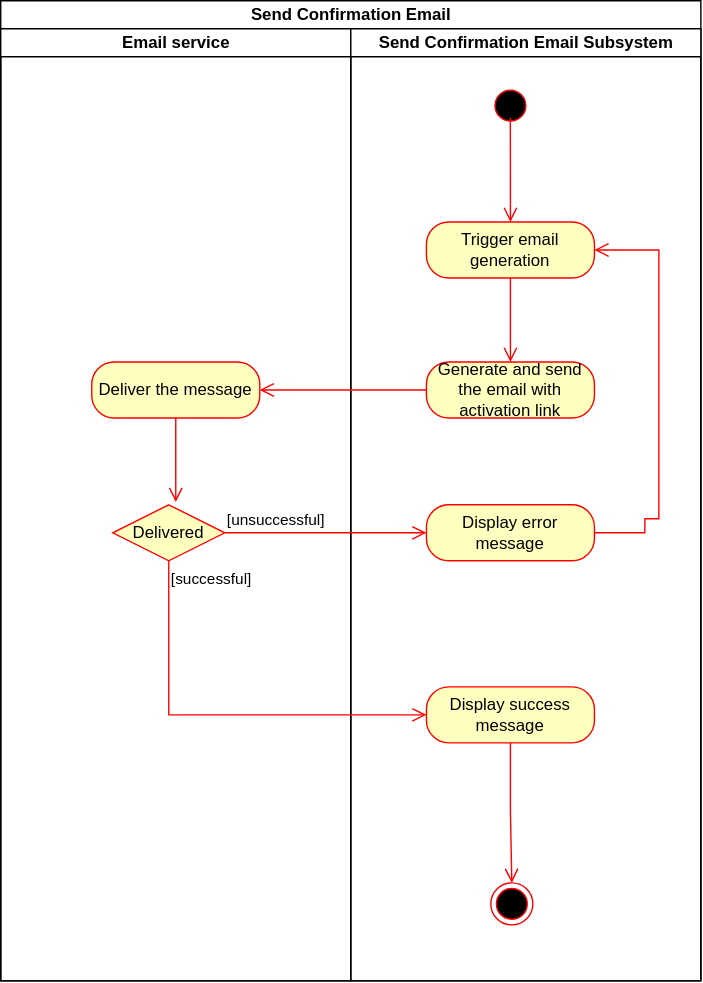
Simamkele88/IFM3_GP keeps this draw.io diagram as Send Confirmation Email Activity Diagram.svg. Above is the earlier version. Source tidied: cells renumbered, new cells last; positions are measured from the earlier drawing's top-left corner, leaving out a move shared by most shapes.
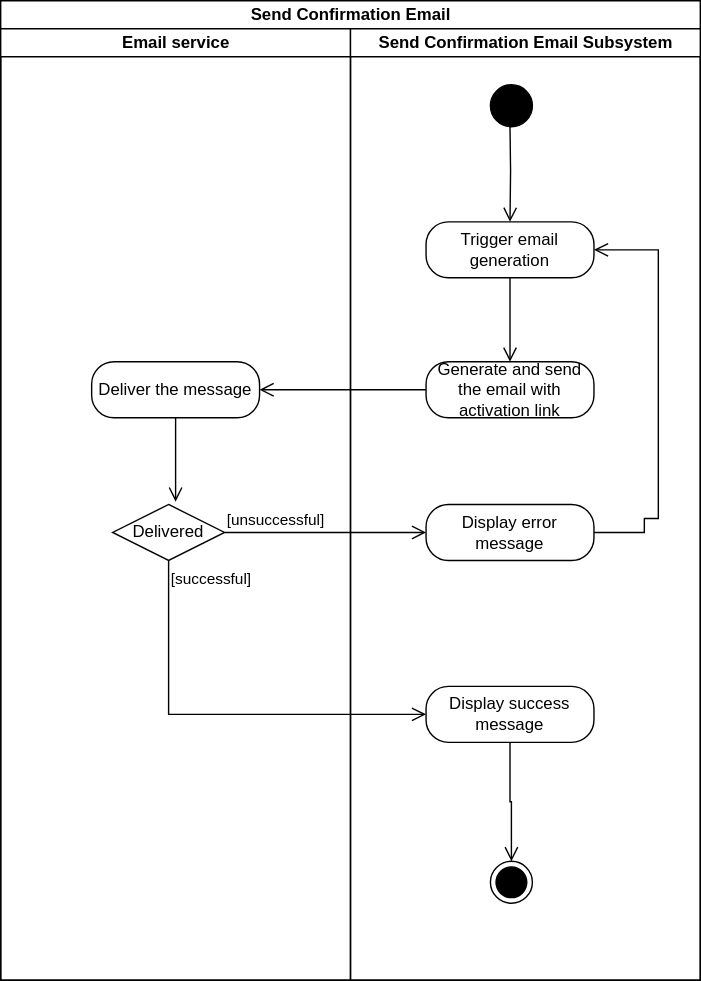
The same diagram one commit later.

The edit, as a diff of the source:
```diff
@@ -5,42 +5,41 @@
     <mxCell id="2" value="&lt;span style=&quot;font-family: Helvetica;&quot;&gt;Send Confirmation Email&lt;/span&gt;" style="swimlane;html=1;startSize=20;rounded=0;shadow=0;comic=0;labelBackgroundColor=none;strokeWidth=1;fontFamily=Verdana;fontSize=12;align=center;" parent="1" vertex="1">
       <mxGeometry width="500" height="700" as="geometry" />
     </mxCell>
-    <mxCell id="3" value="Email service" style="swimlane;html=1;startSize=20;" parent="2" vertex="1">
+    <mxCell id="3" value="Email service" style="swimlane;html=1;startSize=20;labelBackgroundColor=none;" parent="2" vertex="1">
       <mxGeometry y="20" width="250" height="680" as="geometry" />
     </mxCell>
-    <mxCell id="4" value="Deliver the message" style="rounded=1;whiteSpace=wrap;html=1;arcSize=40;fontColor=#000000;fillColor=#ffffc0;strokeColor=#ff0000;" parent="3" vertex="1">
+    <mxCell id="4" value="Deliver the message" style="rounded=1;whiteSpace=wrap;html=1;arcSize=40;labelBackgroundColor=none;" parent="3" vertex="1">
       <mxGeometry x="65" y="238" width="120" height="40" as="geometry" />
     </mxCell>
-    <mxCell id="5" style="edgeStyle=orthogonalEdgeStyle;html=1;verticalAlign=bottom;endArrow=open;endSize=8;strokeColor=#ff0000;rounded=0;" parent="3" edge="1" source="4">
+    <mxCell id="5" style="edgeStyle=orthogonalEdgeStyle;html=1;verticalAlign=bottom;endArrow=open;endSize=8;rounded=0;labelBackgroundColor=none;fontColor=default;" parent="3" edge="1" source="4">
       <mxGeometry relative="1" as="geometry">
         <mxPoint x="125" y="338" as="targetPoint" />
       </mxGeometry>
     </mxCell>
-    <mxCell id="6" value="Delivered" style="rhombus;whiteSpace=wrap;html=1;fontColor=#000000;fillColor=#ffffc0;strokeColor=#ff0000;" parent="3" vertex="1">
+    <mxCell id="6" value="Delivered" style="rhombus;whiteSpace=wrap;html=1;labelBackgroundColor=none;" parent="3" vertex="1">
       <mxGeometry x="80" y="340" width="80" height="40" as="geometry" />
     </mxCell>
-    <mxCell id="7" value="Send Confirmation Email Subsystem" style="swimlane;html=1;startSize=20;" parent="2" vertex="1">
+    <mxCell id="7" value="Send Confirmation Email Subsystem" style="swimlane;html=1;startSize=20;labelBackgroundColor=none;" parent="2" vertex="1">
       <mxGeometry x="250" y="20" width="250" height="680" as="geometry" />
     </mxCell>
-    <mxCell id="8" style="ellipse;html=1;shape=startState;fillColor=#000000;strokeColor=#ff0000;" parent="7" vertex="1">
-      <mxGeometry x="99" y="40" width="30" height="30" as="geometry" />
-    </mxCell>
-    <mxCell id="9" style="edgeStyle=orthogonalEdgeStyle;html=1;verticalAlign=bottom;endArrow=open;endSize=8;strokeColor=#ff0000;rounded=0;entryX=0.5;entryY=0;entryDx=0;entryDy=0;exitX=0.497;exitY=0.787;exitDx=0;exitDy=0;exitPerimeter=0;" parent="7" edge="1" source="8" target="10">
-      <mxGeometry relative="1" as="geometry" />
+    <mxCell id="9" style="edgeStyle=orthogonalEdgeStyle;html=1;verticalAlign=bottom;endArrow=open;endSize=8;rounded=0;entryX=0.5;entryY=0;entryDx=0;entryDy=0;exitX=0.497;exitY=0.787;exitDx=0;exitDy=0;exitPerimeter=0;labelBackgroundColor=none;fontColor=default;" parent="7" edge="1" target="10">
+      <mxGeometry relative="1" as="geometry">
+        <mxPoint x="113.9" y="63.6" as="sourcePoint" />
+      </mxGeometry>
     </mxCell>
-    <mxCell id="10" value="Trigger email generation" style="rounded=1;whiteSpace=wrap;html=1;arcSize=40;fontColor=#000000;fillColor=#ffffc0;strokeColor=#ff0000;" parent="7" vertex="1">
+    <mxCell id="10" value="Trigger email generation" style="rounded=1;whiteSpace=wrap;html=1;arcSize=40;labelBackgroundColor=none;" parent="7" vertex="1">
       <mxGeometry x="54" y="138" width="120" height="40" as="geometry" />
     </mxCell>
-    <mxCell id="11" style="edgeStyle=orthogonalEdgeStyle;html=1;verticalAlign=bottom;endArrow=open;endSize=8;strokeColor=#ff0000;rounded=0;" parent="7" edge="1" source="10" target="12">
+    <mxCell id="11" style="edgeStyle=orthogonalEdgeStyle;html=1;verticalAlign=bottom;endArrow=open;endSize=8;rounded=0;labelBackgroundColor=none;fontColor=default;" parent="7" edge="1" source="10" target="12">
       <mxGeometry relative="1" as="geometry" />
     </mxCell>
-    <mxCell id="12" value="Generate and send the email with activation link" style="rounded=1;whiteSpace=wrap;html=1;arcSize=40;fontColor=#000000;fillColor=#ffffc0;strokeColor=#ff0000;" parent="7" vertex="1">
+    <mxCell id="12" value="Generate and send the email with activation link" style="rounded=1;whiteSpace=wrap;html=1;arcSize=40;labelBackgroundColor=none;" parent="7" vertex="1">
       <mxGeometry x="54" y="238" width="120" height="40" as="geometry" />
     </mxCell>
-    <mxCell id="13" value="Display error message" style="rounded=1;whiteSpace=wrap;html=1;arcSize=40;fontColor=#000000;fillColor=#ffffc0;strokeColor=#ff0000;" parent="7" vertex="1">
+    <mxCell id="13" value="Display error message" style="rounded=1;whiteSpace=wrap;html=1;arcSize=40;labelBackgroundColor=none;" parent="7" vertex="1">
       <mxGeometry x="54" y="340" width="120" height="40" as="geometry" />
     </mxCell>
-    <mxCell id="14" style="edgeStyle=orthogonalEdgeStyle;html=1;verticalAlign=bottom;endArrow=open;endSize=8;strokeColor=#ff0000;rounded=0;entryX=1;entryY=0.5;entryDx=0;entryDy=0;" parent="7" edge="1" source="13" target="10">
+    <mxCell id="14" style="edgeStyle=orthogonalEdgeStyle;html=1;verticalAlign=bottom;endArrow=open;endSize=8;rounded=0;entryX=1;entryY=0.5;entryDx=0;entryDy=0;labelBackgroundColor=none;fontColor=default;" parent="7" edge="1" source="13" target="10">
       <mxGeometry relative="1" as="geometry">
         <Array as="points">
           <mxPoint x="210" y="360" />
@@ -50,26 +49,29 @@
         </Array>
       </mxGeometry>
     </mxCell>
-    <mxCell id="15" value="Display success message" style="rounded=1;whiteSpace=wrap;html=1;arcSize=40;fontColor=#000000;fillColor=#ffffc0;strokeColor=#ff0000;" parent="7" vertex="1">
+    <mxCell id="15" value="Display success message" style="rounded=1;whiteSpace=wrap;html=1;arcSize=40;labelBackgroundColor=none;" parent="7" vertex="1">
       <mxGeometry x="54" y="470" width="120" height="40" as="geometry" />
     </mxCell>
-    <mxCell id="16" style="edgeStyle=orthogonalEdgeStyle;html=1;verticalAlign=bottom;endArrow=open;endSize=8;strokeColor=#ff0000;rounded=0;entryX=0.5;entryY=0;entryDx=0;entryDy=0;" parent="7" edge="1" source="15" target="17">
+    <mxCell id="16" style="edgeStyle=orthogonalEdgeStyle;html=1;verticalAlign=bottom;endArrow=open;endSize=8;rounded=0;entryX=0.5;entryY=0;entryDx=0;entryDy=0;labelBackgroundColor=none;fontColor=default;" parent="7" edge="1" source="15" target="22">
       <mxGeometry relative="1" as="geometry" />
     </mxCell>
-    <mxCell id="17" style="ellipse;html=1;shape=endState;fillColor=#000000;strokeColor=#ff0000;" parent="7" vertex="1">
-      <mxGeometry x="100" y="610" width="30" height="30" as="geometry" />
-    </mxCell>
+    <mxCell id="21" style="ellipse;fillColor=strokeColor;html=1;" parent="7" vertex="1">
+      <mxGeometry x="100" y="40" width="30" height="30" as="geometry" />
+    </mxCell>
+    <mxCell id="22" style="ellipse;html=1;shape=endState;fillColor=strokeColor;" parent="7" vertex="1">
+      <mxGeometry x="100" y="595" width="30" height="30" as="geometry" />
+    </mxCell>
-    <mxCell id="18" value="[successful]" style="edgeStyle=orthogonalEdgeStyle;html=1;align=left;verticalAlign=top;endArrow=open;endSize=8;strokeColor=#ff0000;rounded=0;entryX=0;entryY=0.5;entryDx=0;entryDy=0;" parent="2" edge="1" source="6" target="15">
+    <mxCell id="18" value="[successful]" style="edgeStyle=orthogonalEdgeStyle;html=1;align=left;verticalAlign=top;endArrow=open;endSize=8;rounded=0;entryX=0;entryY=0.5;entryDx=0;entryDy=0;labelBackgroundColor=none;fontColor=default;" parent="2" edge="1" source="6" target="15">
       <mxGeometry x="-1" relative="1" as="geometry">
         <Array as="points">
           <mxPoint x="120" y="510" />
         </Array>
       </mxGeometry>
     </mxCell>
-    <mxCell id="19" value="[unsuccessful]" style="edgeStyle=orthogonalEdgeStyle;html=1;align=left;verticalAlign=bottom;endArrow=open;endSize=8;strokeColor=#ff0000;rounded=0;entryX=0;entryY=0.5;entryDx=0;entryDy=0;" parent="2" edge="1" source="6" target="13">
+    <mxCell id="19" value="[unsuccessful]" style="edgeStyle=orthogonalEdgeStyle;html=1;align=left;verticalAlign=bottom;endArrow=open;endSize=8;rounded=0;entryX=0;entryY=0.5;entryDx=0;entryDy=0;labelBackgroundColor=none;fontColor=default;" parent="2" edge="1" source="6" target="13">
       <mxGeometry x="-1" relative="1" as="geometry" />
     </mxCell>
-    <mxCell id="20" style="edgeStyle=orthogonalEdgeStyle;html=1;verticalAlign=bottom;endArrow=open;endSize=8;strokeColor=#ff0000;rounded=0;exitX=0;exitY=0.5;exitDx=0;exitDy=0;entryX=1;entryY=0.5;entryDx=0;entryDy=0;" parent="2" edge="1" source="12" target="4">
+    <mxCell id="20" style="edgeStyle=orthogonalEdgeStyle;html=1;verticalAlign=bottom;endArrow=open;endSize=8;rounded=0;exitX=0;exitY=0.5;exitDx=0;exitDy=0;entryX=1;entryY=0.5;entryDx=0;entryDy=0;labelBackgroundColor=none;fontColor=default;" parent="2" edge="1" source="12" target="4">
       <mxGeometry relative="1" as="geometry" />
     </mxCell>
   </root>
```
